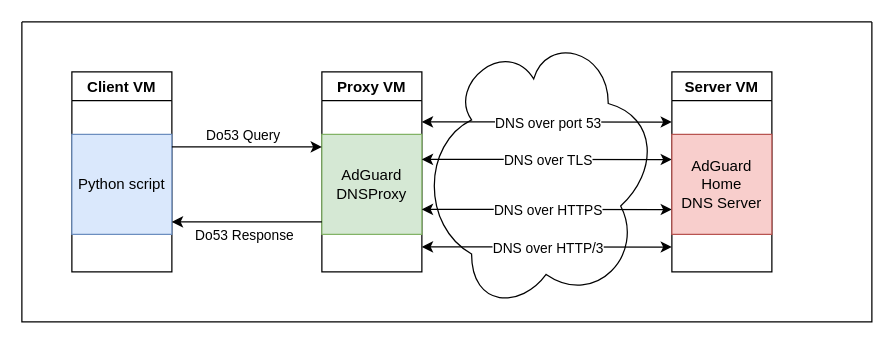
Before: page "Page-2" (2 of 2) of diagram.drawio in Ves5/DNSSecExt, a draw.io diagram. Source tidied: cells renumbered, new cells numbered last; positions are measured from the earlier drawing's top-left corner, leaving out a move shared by most shapes. Both pictures are drawn from the tidied source at 125%, with x=0, y=0 at pixel (21, 21).
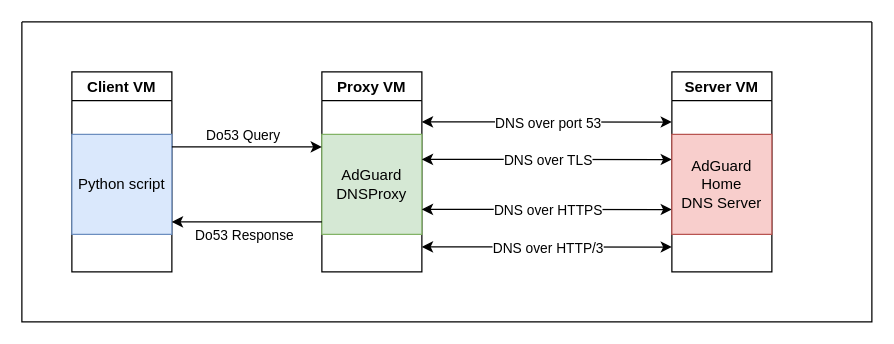
The same page after the edit.

Unchanged cells that the change refers to:
```xml
<mxCell id="2" style="swimlane;startSize=0;" parent="1" vertex="1">
  <mxGeometry width="680" height="240" as="geometry" />
</mxCell>
```

What changed in the source:
```diff
@@
-    <mxCell id="3" style="ellipse;shape=cloud;whiteSpace=wrap;html=1;rotation=90;" parent="2" vertex="1">
-      <mxGeometry x="310" y="20.6" width="218.8" height="198.8" as="geometry" />
-    </mxCell>
```
